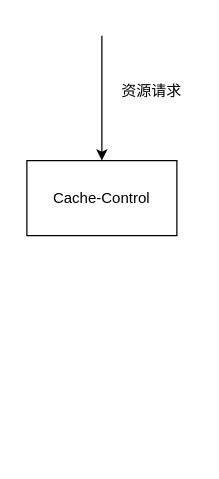
Earlier version of the draw.io diagram 缓存.drawio (StoryKing123/draw-io). Source tidied: cells renumbered, new cells numbered last; positions are measured from the earlier drawing's top-left corner, leaving out a move shared by most shapes. Both pictures are drawn from the tidied source at 125%, with x=0, y=0 at pixel (26, 35).
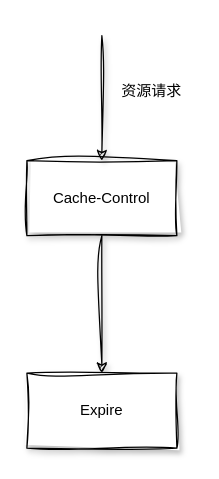
The same diagram, later.

The edit, as a diff of the source:
```diff
@@
 <mxGraphModel>
   <root>
     <mxCell id="0" />
     <mxCell id="1" parent="0" />
+    <mxCell id="5" style="edgeStyle=orthogonalEdgeStyle;rounded=0;jettySize=auto;html=1;sketch=1;curveFitting=1;jiggle=2;shadow=1;" parent="1" edge="1" source="2" target="6">
+      <mxGeometry relative="1" as="geometry" />
+    </mxCell>
-    <mxCell id="2" value="Cache-Control" style="rounded=0;whiteSpace=wrap;html=1;" parent="1" vertex="1">
+    <mxCell id="2" value="Cache-Control" style="rounded=0;whiteSpace=wrap;html=1;sketch=1;curveFitting=1;jiggle=2;shadow=1;" parent="1" vertex="1">
       <mxGeometry y="100" width="120" height="60" as="geometry" />
     </mxCell>
-    <mxCell id="3" style="endArrow=classic;html=1;rounded=0;entryX=0.5;entryY=0;entryDx=0;entryDy=0;" parent="1" edge="1" target="2">
+    <mxCell id="3" style="endArrow=classic;html=1;rounded=0;entryX=0.5;entryY=0;entryDx=0;entryDy=0;sketch=1;curveFitting=1;jiggle=2;shadow=1;" parent="1" edge="1" target="2">
       <mxGeometry relative="1" as="geometry">
         <mxPoint x="60" as="sourcePoint" />
       </mxGeometry>
     </mxCell>
-    <mxCell id="4" value="资源请求" style="text;html=1;strokeColor=none;fillColor=none;align=center;verticalAlign=middle;whiteSpace=wrap;rounded=0;" parent="1" vertex="1">
+    <mxCell id="4" value="资源请求" style="text;html=1;strokeColor=none;fillColor=none;align=center;verticalAlign=middle;whiteSpace=wrap;rounded=0;sketch=1;curveFitting=1;jiggle=2;shadow=1;" parent="1" vertex="1">
       <mxGeometry x="70" y="30" width="60" height="30" as="geometry" />
     </mxCell>
+    <mxCell id="6" value="Expire" style="rounded=0;whiteSpace=wrap;html=1;sketch=1;curveFitting=1;jiggle=2;shadow=1;" parent="1" vertex="1">
+      <mxGeometry y="270" width="120" height="60" as="geometry" />
+    </mxCell>
   </root>
 </mxGraphModel>
```
